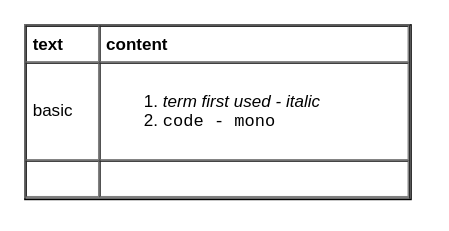
The draw.io diagram page "text" (2 of 2) of ux/ux.drawio in yangdj/tf_docs, before the edit. Source tidied: cells renumbered, new cells numbered last; positions are measured from the earlier drawing's top-left corner, leaving out a move shared by most shapes. Both pictures are drawn from the tidied source at 142%, with x=0, y=0 at pixel (24, 24).
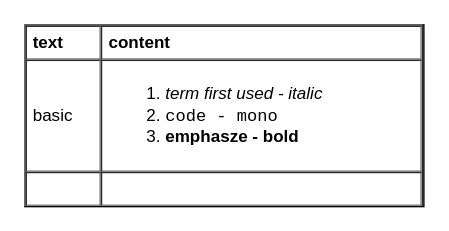
The same page after the edit.

What changed in the source:
```diff
@@
 <mxGraphModel>
   <root>
     <mxCell id="0" />
     <mxCell id="1" parent="0" />
-    <mxCell id="2" value="&lt;table cellpadding=&quot;4&quot; cellspacing=&quot;0&quot; border=&quot;1&quot; style=&quot;font-size: 1em ; width: 100% ; height: 100%&quot;&gt;&lt;tbody&gt;&lt;tr&gt;&lt;th&gt;text&lt;/th&gt;&lt;th&gt;content&lt;/th&gt;&lt;/tr&gt;&lt;tr&gt;&lt;td&gt;basic&lt;/td&gt;&lt;td&gt;&lt;ol&gt;&lt;li&gt;&lt;i&gt;term first used - italic&lt;/i&gt;&lt;/li&gt;&lt;li&gt;&lt;font face=&quot;Courier New&quot;&gt;code - mono&lt;/font&gt;&lt;/li&gt;&lt;/ol&gt;&lt;/td&gt;&lt;/tr&gt;&lt;tr&gt;&lt;td&gt;&lt;/td&gt;&lt;td&gt;&lt;br&gt;&lt;/td&gt;&lt;/tr&gt;&lt;/tbody&gt;&lt;/table&gt; " style="verticalAlign=top;align=left;overflow=fill;fontSize=12;fontFamily=Helvetica;html=1;fillColor=none;" parent="1" vertex="1">
-      <mxGeometry width="272" height="123" as="geometry" />
+    <mxCell id="2" value="&lt;table cellpadding=&quot;4&quot; cellspacing=&quot;0&quot; border=&quot;1&quot; style=&quot;font-size: 1em ; width: 100% ; height: 100%&quot;&gt;&lt;tbody&gt;&lt;tr&gt;&lt;th&gt;text&lt;/th&gt;&lt;th&gt;content&lt;/th&gt;&lt;/tr&gt;&lt;tr&gt;&lt;td&gt;basic&lt;/td&gt;&lt;td&gt;&lt;ol&gt;&lt;li&gt;&lt;i&gt;term first used - italic&lt;/i&gt;&lt;/li&gt;&lt;li&gt;&lt;font face=&quot;Courier New&quot;&gt;code - mono&lt;/font&gt;&lt;/li&gt;&lt;li&gt;&lt;b&gt;emphasze - bold&lt;/b&gt;&lt;/li&gt;&lt;/ol&gt;&lt;/td&gt;&lt;/tr&gt;&lt;tr&gt;&lt;td&gt;&lt;/td&gt;&lt;td&gt;&lt;br&gt;&lt;/td&gt;&lt;/tr&gt;&lt;/tbody&gt;&lt;/table&gt; " style="verticalAlign=top;align=left;overflow=fill;fontSize=12;fontFamily=Helvetica;html=1;fillColor=none;" parent="1" vertex="1">
+      <mxGeometry width="281" height="128" as="geometry" />
     </mxCell>
   </root>
 </mxGraphModel>
```
